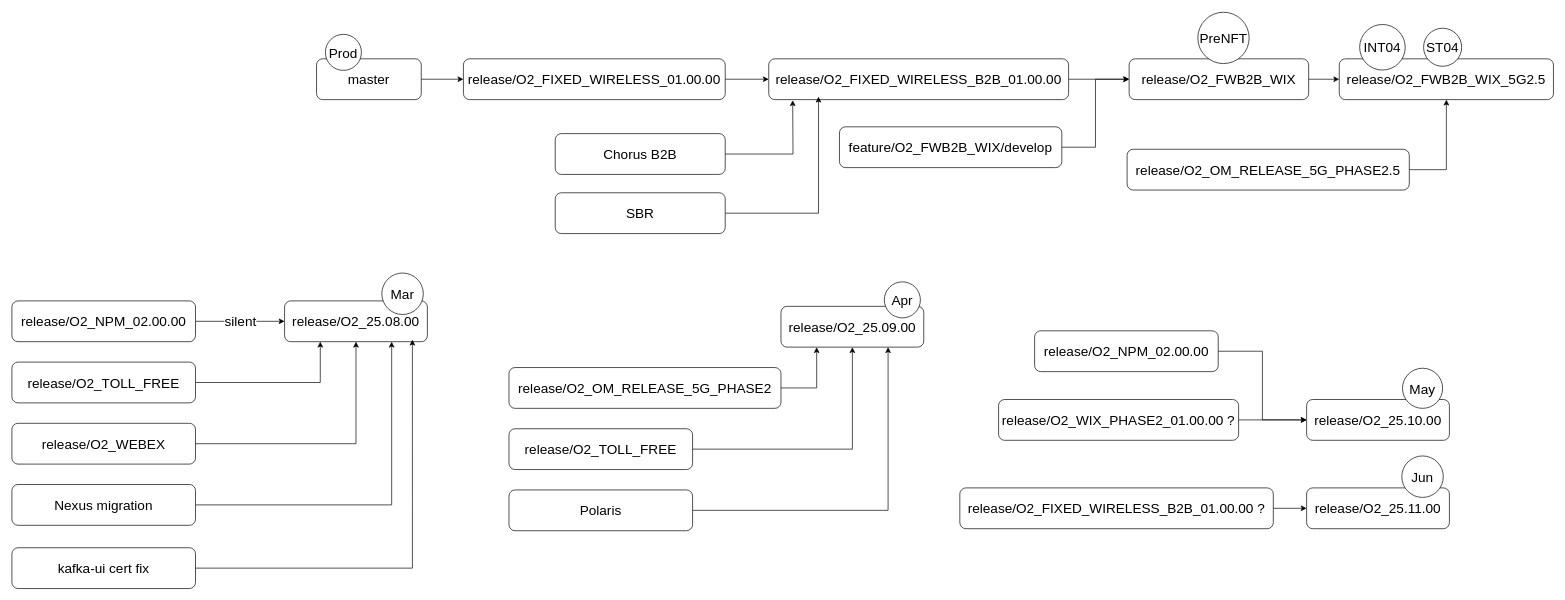
huangdgm/drawio keeps this draw.io diagram as sparknz_branches.drawio. Above is the earlier version. Source tidied: cells renumbered, new cells numbered last; positions are measured from the earlier drawing's top-left corner, leaving out a move shared by most shapes. Both pictures are drawn from the tidied source at 68%, with x=0, y=0 at pixel (12, 12).
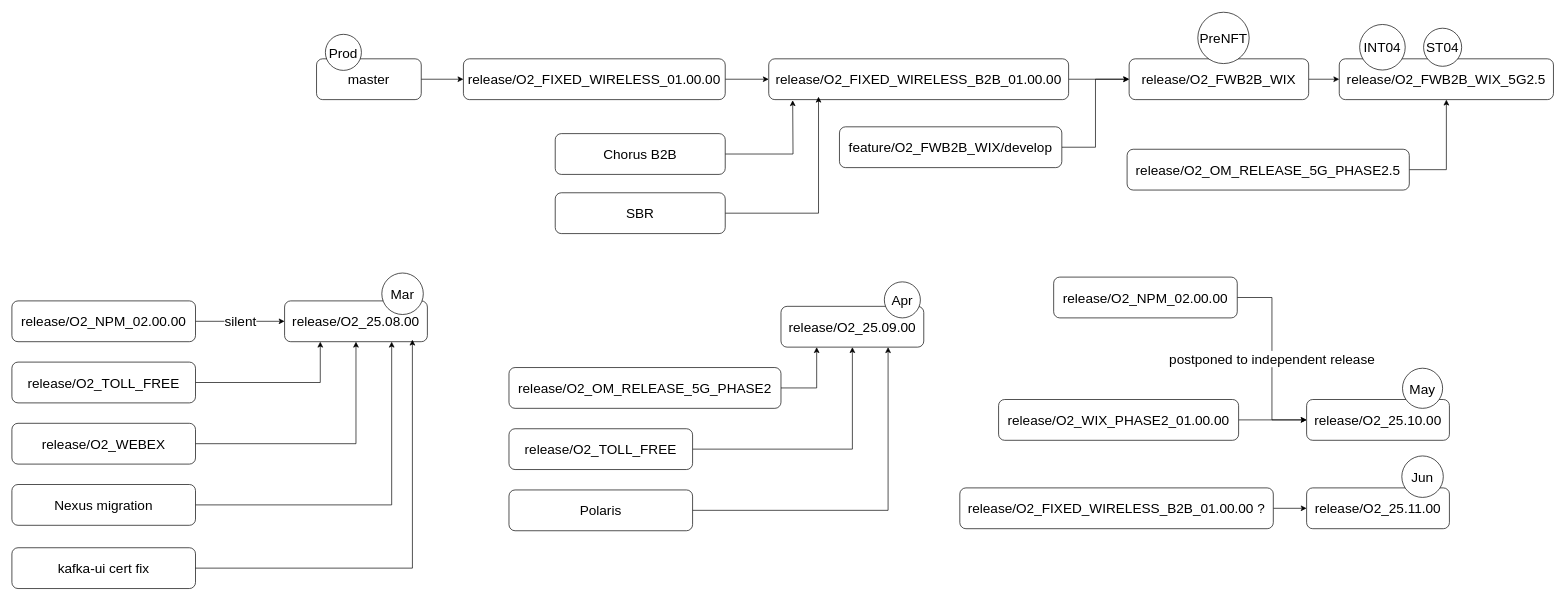
Above is the later version.

Unchanged cells that the change refers to:
```xml
<mxCell id="13" value="release/O2_25.10.00" style="rounded=1;whiteSpace=wrap;html=1;fontSize=20;" parent="1" vertex="1">
  <mxGeometry x="1904" y="569" width="210" height="60" as="geometry" />
</mxCell>
```

Diff of the diagram source:
```diff
@@
-    <mxCell id="12" value="release/O2_WIX_PHASE2_01.00.00 ?" style="rounded=1;whiteSpace=wrap;html=1;fontSize=20;" parent="1" vertex="1">
+    <mxCell id="12" value="release/O2_WIX_PHASE2_01.00.00" style="rounded=1;whiteSpace=wrap;html=1;fontSize=20;" parent="1" vertex="1">
       <mxGeometry x="1451" y="569" width="353" height="60" as="geometry" />
     </mxCell>
@@
-    <mxCell id="26" style="edgeStyle=orthogonalEdgeStyle;rounded=0;jettySize=auto;html=1;exitX=1;exitY=0.5;exitDx=0;exitDy=0;entryX=0;entryY=0.5;entryDx=0;entryDy=0;fontSize=20;" parent="1" edge="1" source="27" target="13">
+    <mxCell id="26" value="postponed to independent release" style="edgeStyle=orthogonalEdgeStyle;rounded=0;jettySize=auto;html=1;exitX=1;exitY=0.5;exitDx=0;exitDy=0;entryX=0;entryY=0.5;entryDx=0;entryDy=0;fontSize=20;" parent="1" edge="1" source="27" target="13">
       <mxGeometry relative="1" as="geometry" />
     </mxCell>
     <mxCell id="27" value="release/O2_NPM_02.00.00" style="rounded=1;whiteSpace=wrap;html=1;fontSize=20;" parent="1" vertex="1">
-      <mxGeometry x="1504" y="468" width="270" height="60" as="geometry" />
+      <mxGeometry x="1532" y="389" width="270" height="60" as="geometry" />
     </mxCell>
```
